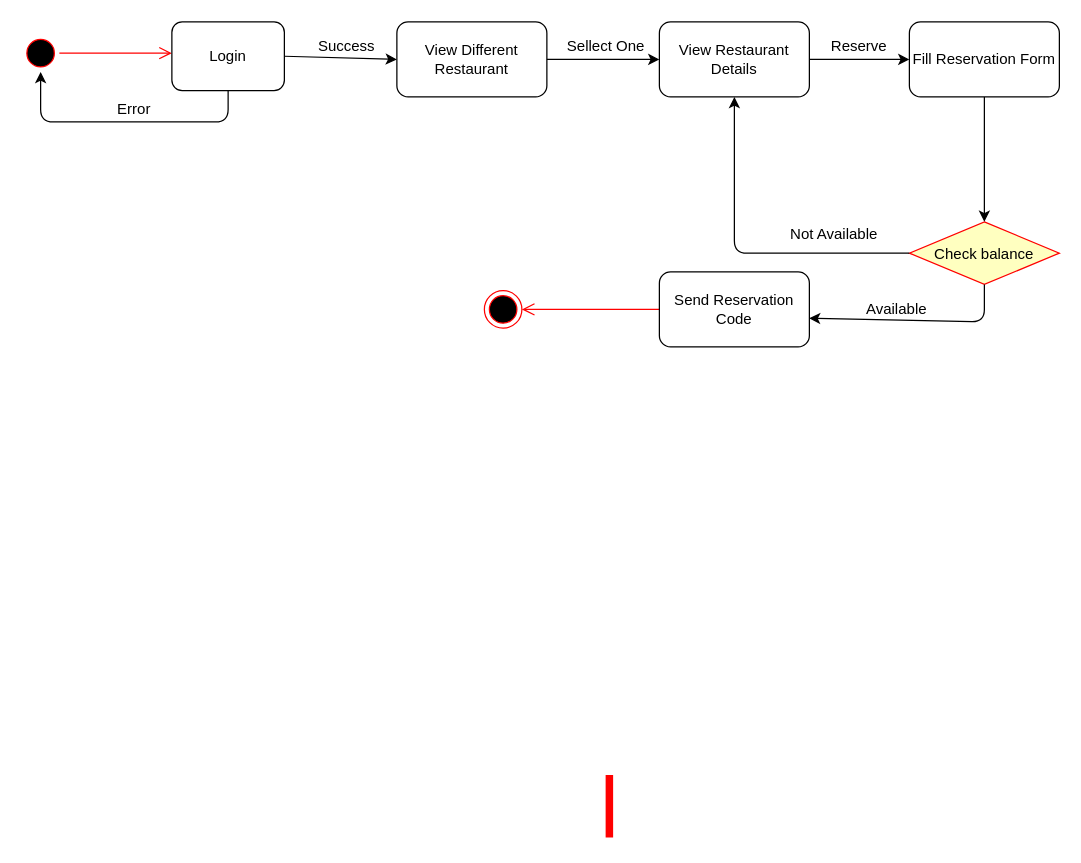
The draw.io diagram restaurant - state machine digram.drawio in abdelrhmanabdelhaie/learnGit, before the edit. Source tidied: cells renumbered, new cells numbered last; positions are measured from the earlier drawing's top-left corner, leaving out a move shared by most shapes. Both pictures are drawn from the tidied source at 125%, with x=0, y=0 at pixel (21, 21).
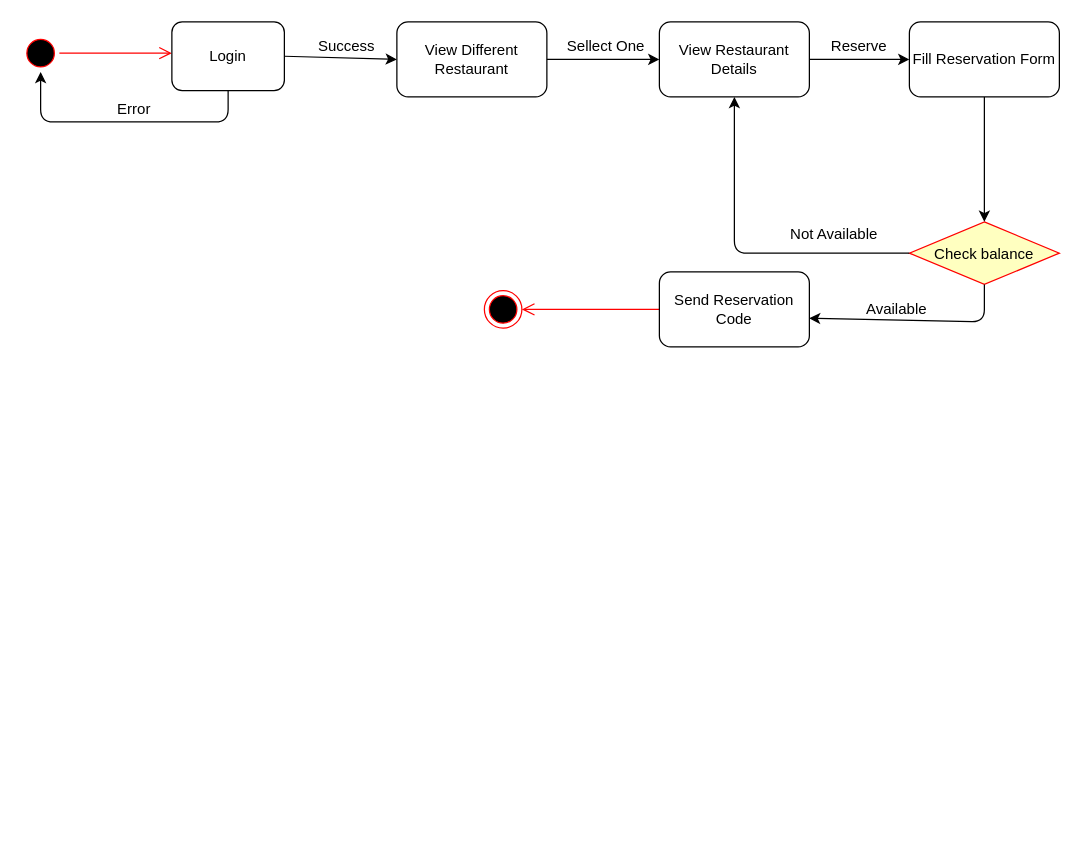
Above is the later version.

Change to the diagram source:
```diff
@@
-    <mxCell id="6" style="shape=line;strokeWidth=6;strokeColor=#ff0000;rotation=90;" parent="1" vertex="1">
-      <mxGeometry x="445" y="620" width="50" height="15" as="geometry" />
-    </mxCell>
```
